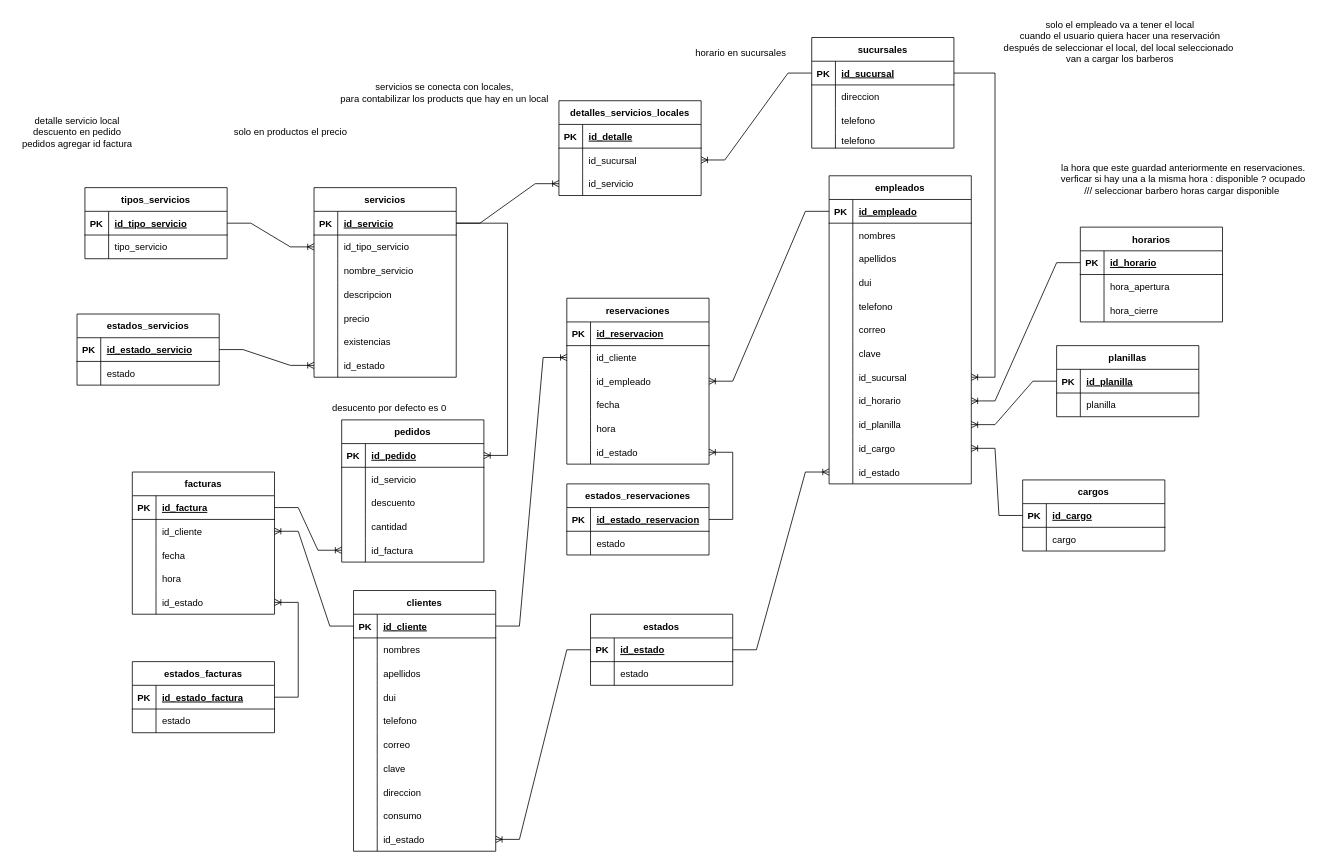
Above: page "Modelo Lógico" (2 of 3) of Diagrama conceptual )1(.drawio in BerryBGoode/Makers_dev (draw.io), before the change. Source tidied: cells renumbered, new cells numbered last; positions are measured from the earlier drawing's top-left corner, leaving out a move shared by most shapes. Both pictures are drawn from the tidied source at 79%, with x=0, y=0 at pixel (13, 13).
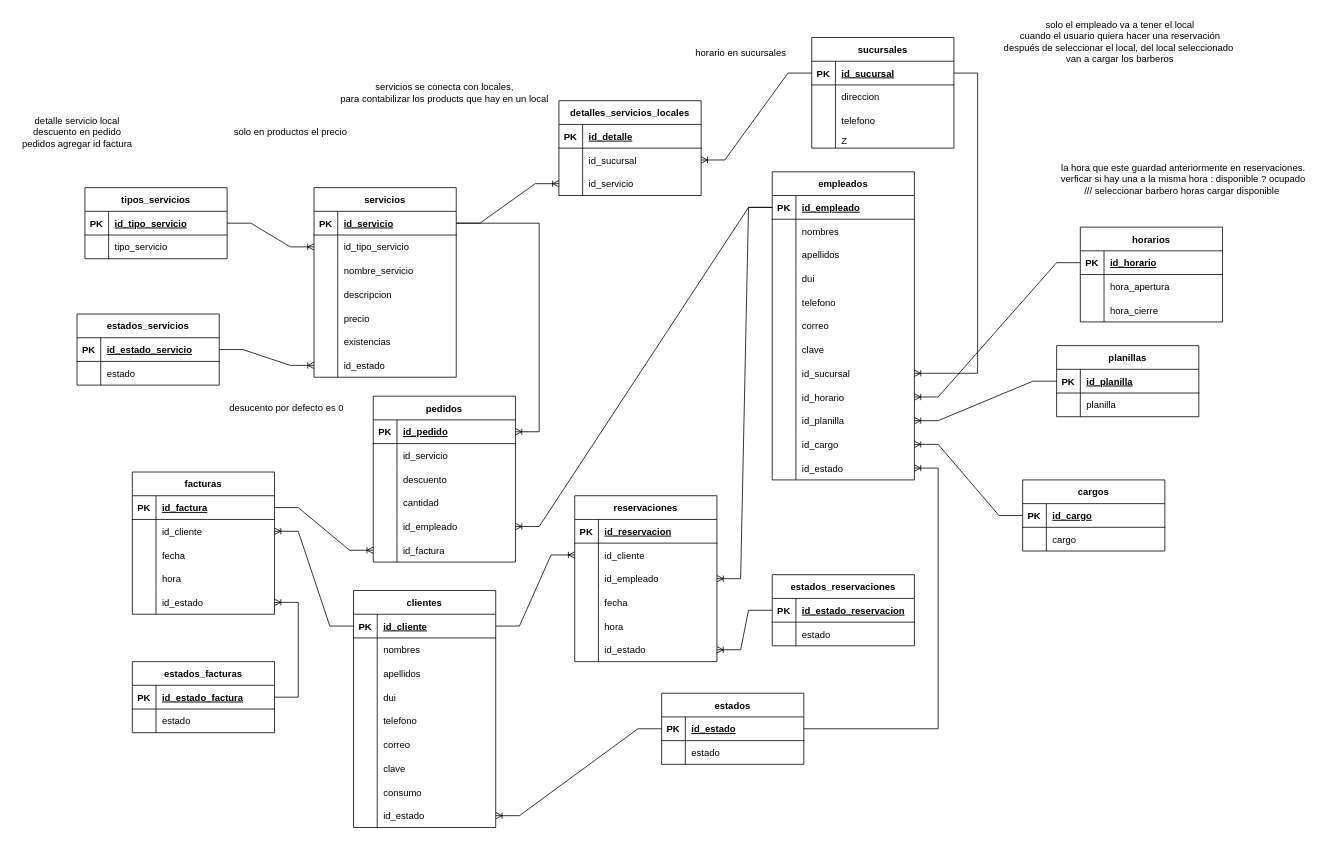
The same page after the edit.

The change refers to these unchanged cells:
```xml
<mxCell id="123" style="shape=tableRow;horizontal=0;startSize=0;swimlaneHead=0;swimlaneBody=0;fillColor=none;top=0;left=0;right=0;bottom=0;" parent="113" vertex="1">
  <mxGeometry y="120" width="180" height="20" as="geometry" />
</mxCell>
<mxCell id="127" style="shape=tableRow;horizontal=0;startSize=0;swimlaneHead=0;swimlaneBody=0;fillColor=none;points=[[0,0.5],[1,0.5]];portConstraint=eastwest;top=0;left=0;right=0;bottom=1;" parent="126" vertex="1">
  <mxGeometry y="30" width="180" height="30" as="geometry" />
</mxCell>
```

Diff of the diagram source:
```diff
@@
     <mxCell id="31" value="pedidos" style="shape=table;startSize=30;childLayout=tableLayout;rowLines=0;fontStyle=1;align=center;" parent="1" vertex="1">
-      <mxGeometry x="415" y="514" width="180" height="180" as="geometry" />
+      <mxGeometry x="455" y="484" width="180" height="210" as="geometry" />
     </mxCell>
@@
+    <mxCell id="249" style="shape=tableRow;horizontal=0;startSize=0;swimlaneHead=0;swimlaneBody=0;fillColor=none;points=[[0,0.5],[1,0.5]];portConstraint=eastwest;top=0;left=0;right=0;bottom=0;" parent="31" vertex="1">
+      <mxGeometry y="150" width="180" height="30" as="geometry" />
+    </mxCell>
+    <mxCell id="86" style="shape=partialRectangle;fillColor=none;top=0;left=0;bottom=0;right=0;overflow=hidden;" parent="249" vertex="1">
+      <mxGeometry width="30" height="30" as="geometry" />
+    </mxCell>
+    <mxCell id="250" value="id_empleado" style="shape=partialRectangle;fillColor=none;top=0;left=0;bottom=0;right=0;align=left;spacingLeft=6;overflow=hidden;" parent="249" vertex="1">
+      <mxGeometry x="30" width="150" height="30" as="geometry" />
+    </mxCell>
     <mxCell id="44" style="shape=tableRow;horizontal=0;startSize=0;swimlaneHead=0;swimlaneBody=0;fillColor=none;points=[[0,0.5],[1,0.5]];portConstraint=eastwest;top=0;left=0;right=0;bottom=0;" parent="31" vertex="1">
-      <mxGeometry y="150" width="180" height="30" as="geometry" />
+      <mxGeometry y="180" width="180" height="30" as="geometry" />
     </mxCell>
@@
     <mxCell id="63" value="clientes" style="shape=table;startSize=30;childLayout=tableLayout;rowLines=0;fontStyle=1;align=center;" parent="1" vertex="1">
-      <mxGeometry x="430" y="730" width="180" height="330" as="geometry" />
+      <mxGeometry x="430" y="730" width="180" height="300" as="geometry" />
     </mxCell>
@@
-    <mxCell id="85" style="shape=tableRow;horizontal=0;startSize=0;swimlaneHead=0;swimlaneBody=0;fillColor=none;top=0;left=0;right=0;bottom=0;" parent="63" vertex="1">
-      <mxGeometry y="240" width="180" height="30" as="geometry" />
-    </mxCell>
-    <mxCell id="86" style="shape=partialRectangle;fillColor=none;top=0;left=0;bottom=0;right=0;overflow=hidden;" parent="85" vertex="1">
-      <mxGeometry width="30" height="30" as="geometry" />
-    </mxCell>
-    <mxCell id="87" value="direccion" style="shape=partialRectangle;fillColor=none;top=0;left=0;bottom=0;right=0;align=left;spacingLeft=6;overflow=hidden;" parent="85" vertex="1">
-      <mxGeometry x="30" width="150" height="30" as="geometry" />
-    </mxCell>
     <mxCell id="88" style="shape=tableRow;horizontal=0;startSize=0;swimlaneHead=0;swimlaneBody=0;fillColor=none;top=0;left=0;right=0;bottom=0;" parent="63" vertex="1">
-      <mxGeometry y="270" width="180" height="30" as="geometry" />
+      <mxGeometry y="240" width="180" height="30" as="geometry" />
     </mxCell>
@@
     <mxCell id="91" style="shape=tableRow;horizontal=0;startSize=0;swimlaneHead=0;swimlaneBody=0;fillColor=none;points=[[0,0.5],[1,0.5]];portConstraint=eastwest;top=0;left=0;right=0;bottom=0;" parent="63" vertex="1">
-      <mxGeometry y="300" width="180" height="30" as="geometry" />
+      <mxGeometry y="270" width="180" height="30" as="geometry" />
     </mxCell>
@@
     <mxCell id="94" value="reservaciones" style="shape=table;startSize=30;childLayout=tableLayout;rowLines=0;fontStyle=1;align=center;" parent="1" vertex="1">
-      <mxGeometry x="700" y="360" width="180" height="210" as="geometry" />
+      <mxGeometry x="710" y="610" width="180" height="210" as="geometry" />
     </mxCell>
@@
-    <mxCell id="125" value="telefono" style="shape=partialRectangle;fillColor=none;top=0;left=0;bottom=0;right=0;align=left;spacingLeft=6;overflow=hidden;" parent="123" vertex="1">
+    <mxCell id="125" value="Z" style="shape=partialRectangle;fillColor=none;top=0;left=0;bottom=0;right=0;align=left;spacingLeft=6;overflow=hidden;" parent="123" vertex="1">
       <mxGeometry x="30" width="150" height="20" as="geometry" />
     </mxCell>
     <mxCell id="126" value="empleados" style="shape=table;startSize=30;childLayout=tableLayout;rowLines=0;fontStyle=1;align=center;" parent="1" vertex="1">
-      <mxGeometry x="1032" y="205" width="180" height="390" as="geometry" />
+      <mxGeometry x="960" y="200" width="180" height="390" as="geometry" />
     </mxCell>
@@
     <mxCell id="188" value="estados_reservaciones" style="shape=table;startSize=30;childLayout=tableLayout;rowLines=0;fontStyle=1;align=center;" parent="1" vertex="1">
-      <mxGeometry x="700" y="595" width="180" height="90" as="geometry" />
+      <mxGeometry x="960" y="710" width="180" height="90" as="geometry" />
     </mxCell>
@@
     <mxCell id="195" value="estados" style="shape=table;startSize=30;childLayout=tableLayout;rowLines=0;fontStyle=1;align=center;" parent="1" vertex="1">
-      <mxGeometry x="730" y="760" width="180" height="90" as="geometry" />
+      <mxGeometry x="820" y="860" width="180" height="90" as="geometry" />
     </mxCell>
@@
     <mxCell id="245" value="desucento por defecto es 0" style="text;html=1;align=center;verticalAlign=middle;strokeColor=none;fillColor=none;" parent="1" vertex="1">
-      <mxGeometry x="390" y="484" width="170" height="30" as="geometry" />
+      <mxGeometry x="260" y="484" width="170" height="30" as="geometry" />
     </mxCell>
@@
+    <mxCell id="251" style="edgeStyle=entityRelationEdgeStyle;fontSize=12;html=1;endArrow=ERoneToMany;rounded=0;" parent="1" edge="1" source="127" target="249">
+      <mxGeometry relative="1" as="geometry" />
+    </mxCell>
```
